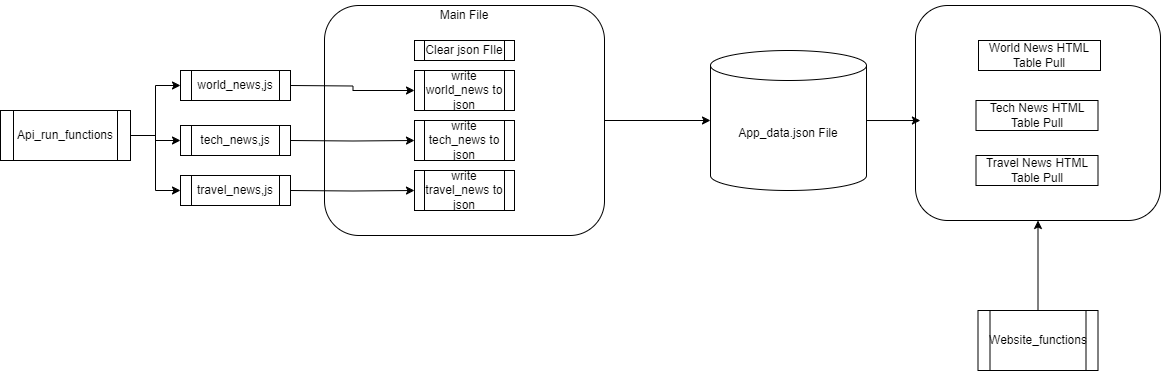
Above: images/local_diagram.png in jelani-j/minimal_informer (draw.io), before the change. Source tidied: cells renumbered, new cells last; positions are measured from the earlier drawing's top-left corner, leaving out a move shared by most shapes.
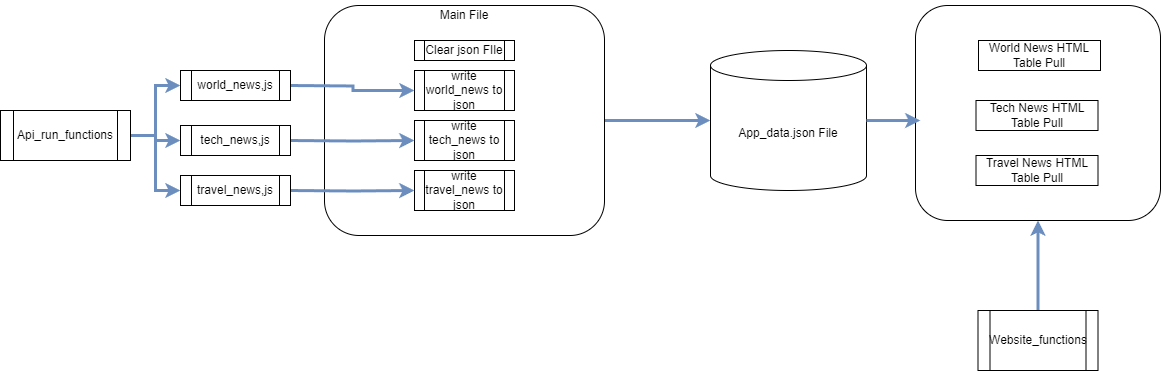
After the commit.

The edit, as a diff of the source:
```diff
@@ -2,7 +2,7 @@
   <root>
     <mxCell id="0" />
     <mxCell id="1" parent="0" />
-    <mxCell id="2" style="edgeStyle=orthogonalEdgeStyle;rounded=0;jettySize=auto;html=1;" parent="1" edge="1" source="3" target="8">
+    <mxCell id="2" style="edgeStyle=orthogonalEdgeStyle;rounded=0;jettySize=auto;html=1;fillColor=#dae8fc;strokeColor=#6c8ebf;strokeWidth=3;" parent="1" edge="1" source="3" target="8">
       <mxGeometry relative="1" as="geometry" />
     </mxCell>
     <mxCell id="3" style="rounded=1;whiteSpace=wrap;html=1;fontSize=12;glass=0;strokeWidth=1;shadow=0;" parent="1" vertex="1">
@@ -23,35 +23,35 @@
     <mxCell id="8" value="App_data.json File" style="shape=cylinder3;whiteSpace=wrap;html=1;boundedLbl=1;backgroundOutline=1;size=15;" parent="1" vertex="1">
       <mxGeometry x="710" y="50" width="156" height="140" as="geometry" />
     </mxCell>
-    <mxCell id="9" style="edgeStyle=orthogonalEdgeStyle;rounded=0;jettySize=auto;html=1;entryX=0.5;entryY=1;entryDx=0;entryDy=0;" parent="1" edge="1" source="10" target="22">
+    <mxCell id="9" style="edgeStyle=orthogonalEdgeStyle;rounded=0;jettySize=auto;html=1;entryX=0.5;entryY=1;entryDx=0;entryDy=0;strokeWidth=3;fillColor=#dae8fc;strokeColor=#6c8ebf;" parent="1" edge="1" source="10" target="22">
       <mxGeometry relative="1" as="geometry" />
     </mxCell>
     <mxCell id="10" value="Website_functions" style="shape=process;whiteSpace=wrap;html=1;backgroundOutline=1;" parent="1" vertex="1">
       <mxGeometry x="977.5" y="310" width="120" height="60" as="geometry" />
     </mxCell>
-    <mxCell id="11" style="edgeStyle=orthogonalEdgeStyle;rounded=0;jettySize=auto;html=1;entryX=0;entryY=0.5;entryDx=0;entryDy=0;" parent="1" edge="1" source="14" target="21">
+    <mxCell id="11" style="edgeStyle=orthogonalEdgeStyle;rounded=0;jettySize=auto;html=1;entryX=0;entryY=0.5;entryDx=0;entryDy=0;strokeColor=#6c8ebf;strokeWidth=3;fillColor=#dae8fc;" parent="1" edge="1" source="14" target="21">
       <mxGeometry relative="1" as="geometry" />
     </mxCell>
-    <mxCell id="12" style="edgeStyle=orthogonalEdgeStyle;rounded=0;jettySize=auto;html=1;entryX=0;entryY=0.5;entryDx=0;entryDy=0;" parent="1" edge="1" source="14" target="20">
+    <mxCell id="12" style="edgeStyle=orthogonalEdgeStyle;rounded=0;jettySize=auto;html=1;entryX=0;entryY=0.5;entryDx=0;entryDy=0;strokeWidth=3;fillColor=#dae8fc;strokeColor=#6c8ebf;" parent="1" edge="1" source="14" target="20">
       <mxGeometry relative="1" as="geometry" />
     </mxCell>
-    <mxCell id="13" style="edgeStyle=orthogonalEdgeStyle;rounded=0;jettySize=auto;html=1;entryX=0;entryY=0.5;entryDx=0;entryDy=0;" parent="1" edge="1" source="14" target="19">
+    <mxCell id="13" style="edgeStyle=orthogonalEdgeStyle;rounded=0;jettySize=auto;html=1;entryX=0;entryY=0.5;entryDx=0;entryDy=0;fillColor=#dae8fc;strokeColor=#6c8ebf;strokeWidth=3;" parent="1" edge="1" source="14" target="19">
       <mxGeometry relative="1" as="geometry" />
     </mxCell>
     <mxCell id="14" value="Api_run_functions" style="shape=process;whiteSpace=wrap;html=1;backgroundOutline=1;" parent="1" vertex="1">
       <mxGeometry y="110" width="130" height="50" as="geometry" />
     </mxCell>
-    <mxCell id="15" style="edgeStyle=orthogonalEdgeStyle;rounded=0;jettySize=auto;html=1;entryX=0;entryY=0.5;entryDx=0;entryDy=0;" parent="1" edge="1" target="5">
+    <mxCell id="15" style="edgeStyle=orthogonalEdgeStyle;rounded=0;jettySize=auto;html=1;entryX=0;entryY=0.5;entryDx=0;entryDy=0;fillColor=#dae8fc;strokeColor=#6c8ebf;strokeWidth=3;" parent="1" edge="1" target="5">
       <mxGeometry relative="1" as="geometry">
         <mxPoint x="290" y="85" as="sourcePoint" />
       </mxGeometry>
     </mxCell>
-    <mxCell id="16" style="edgeStyle=orthogonalEdgeStyle;rounded=0;jettySize=auto;html=1;" parent="1" edge="1" target="6">
+    <mxCell id="16" style="edgeStyle=orthogonalEdgeStyle;rounded=0;jettySize=auto;html=1;strokeWidth=3;fillColor=#dae8fc;strokeColor=#6c8ebf;" parent="1" edge="1" target="6">
       <mxGeometry relative="1" as="geometry">
         <mxPoint x="290" y="140" as="sourcePoint" />
       </mxGeometry>
     </mxCell>
-    <mxCell id="17" style="edgeStyle=orthogonalEdgeStyle;rounded=0;jettySize=auto;html=1;entryX=0;entryY=0.5;entryDx=0;entryDy=0;" parent="1" edge="1" target="7">
+    <mxCell id="17" style="edgeStyle=orthogonalEdgeStyle;rounded=0;jettySize=auto;html=1;entryX=0;entryY=0.5;entryDx=0;entryDy=0;fillColor=#dae8fc;strokeColor=#6c8ebf;strokeWidth=3;" parent="1" edge="1" target="7">
       <mxGeometry relative="1" as="geometry">
         <mxPoint x="290" y="190" as="sourcePoint" />
       </mxGeometry>
@@ -71,7 +71,7 @@
     <mxCell id="22" style="rounded=1;whiteSpace=wrap;html=1;" parent="1" vertex="1">
       <mxGeometry x="915" y="5" width="245" height="215" as="geometry" />
     </mxCell>
-    <mxCell id="23" style="edgeStyle=orthogonalEdgeStyle;rounded=0;jettySize=auto;html=1;entryX=0.02;entryY=0.535;entryDx=0;entryDy=0;entryPerimeter=0;" parent="1" edge="1" source="8" target="22">
+    <mxCell id="23" style="edgeStyle=orthogonalEdgeStyle;rounded=0;jettySize=auto;html=1;entryX=0.02;entryY=0.535;entryDx=0;entryDy=0;entryPerimeter=0;fillColor=#dae8fc;strokeColor=#6c8ebf;strokeWidth=3;" parent="1" edge="1" source="8" target="22">
       <mxGeometry relative="1" as="geometry" />
     </mxCell>
     <mxCell id="24" value="World News HTML Table Pull" style="rounded=0;whiteSpace=wrap;html=1;" parent="1" vertex="1">
```
